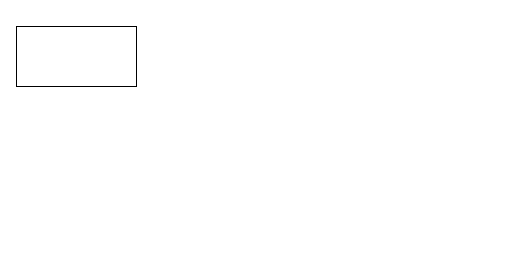
This is RRSLAM/fig1.drawio from zzywhu/drawio, a draw.io file, before an edit. Source tidied: cells renumbered, new cells numbered last; positions are measured from the earlier drawing's top-left corner, leaving out a move shared by most shapes. Both pictures are drawn from the tidied source at 100%, with x=0, y=0 at pixel (16, 26).
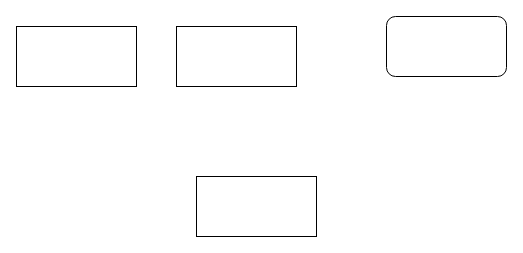
The same diagram, later.

The edit, as a diff of the source:
```diff
@@
 <mxGraphModel>
   <root>
     <mxCell id="0" />
     <mxCell id="1" parent="0" />
     <mxCell id="2" style="rounded=0;whiteSpace=wrap;html=1;" parent="1" vertex="1">
       <mxGeometry width="120" height="60" as="geometry" />
     </mxCell>
+    <mxCell id="3" style="rounded=0;whiteSpace=wrap;html=1;" parent="1" vertex="1">
+      <mxGeometry x="160" width="120" height="60" as="geometry" />
+    </mxCell>
+    <mxCell id="4" style="rounded=0;whiteSpace=wrap;html=1;" parent="1" vertex="1">
+      <mxGeometry x="180" y="150" width="120" height="60" as="geometry" />
+    </mxCell>
+    <mxCell id="5" style="rounded=1;whiteSpace=wrap;html=1;" parent="1" vertex="1">
+      <mxGeometry x="370" y="-10" width="120" height="60" as="geometry" />
+    </mxCell>
   </root>
 </mxGraphModel>
```
